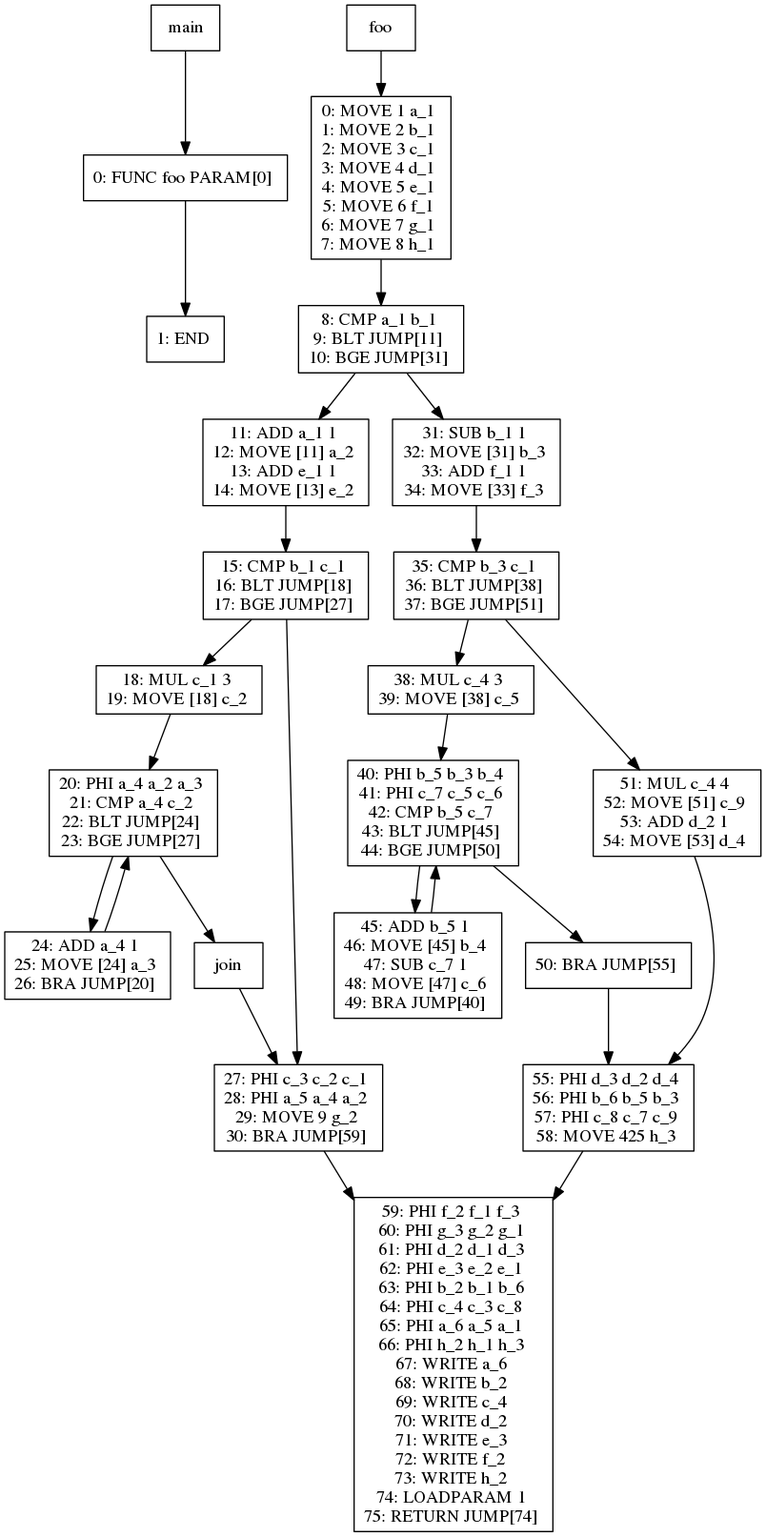
Before: viz/test013.dot.png, a diagram exported from Graphviz (jiahanwang/PL241-Compiler). Its source is kept beside it as viz/test013.dot.
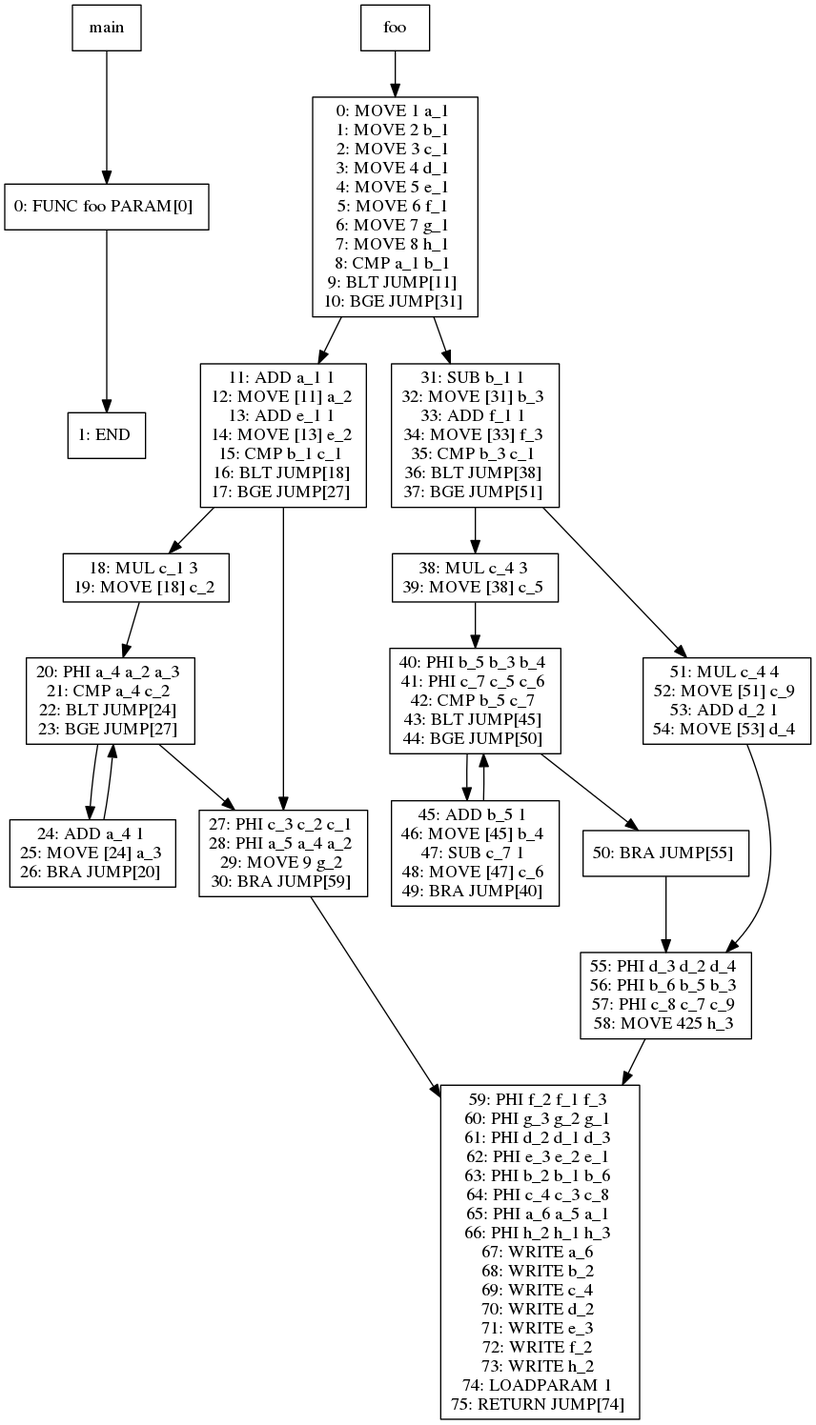
The same diagram one commit later.

Diff of the diagram source:
```diff
@@ -17,24 +17,20 @@
 5: MOVE 6 f_1
 6: MOVE 7 g_1
 7: MOVE 8 h_1
-"]
-4 -> 12
-12[label="8: CMP a_1 b_1
+8: CMP a_1 b_1
 9: BLT JUMP[11]
 10: BGE JUMP[31]
 "]
-12 -> 14
+4 -> 14
 14[label="11: ADD a_1 1
 12: MOVE [11] a_2
 13: ADD e_1 1
 14: MOVE [13] e_2
-"]
-14 -> 16
-16[label="15: CMP b_1 c_1
+15: CMP b_1 c_1
 16: BLT JUMP[18]
 17: BGE JUMP[27]
 "]
-16 -> 18
+14 -> 18
 18[label="18: MUL c_1 3
 19: MOVE [18] c_2
 "]
@@ -50,9 +46,7 @@
 26: BRA JUMP[20]
 "]
 21 -> 19
-19 -> 20
-20[label="join"]
-20 -> 17
+19 -> 17
 17[label="27: PHI c_3 c_2 c_1
 28: PHI a_5 a_4 a_2
 29: MOVE 9 g_2
@@ -77,19 +71,17 @@
 74: LOADPARAM 1
 75: RETURN JUMP[74]
 "]
-16 -> 17
-12 -> 23
+14 -> 17
+4 -> 23
 23[label="31: SUB b_1 1
 32: MOVE [31] b_3
 33: ADD f_1 1
 34: MOVE [33] f_3
-"]
-23 -> 25
-25[label="35: CMP b_3 c_1
+35: CMP b_3 c_1
 36: BLT JUMP[38]
 37: BGE JUMP[51]
 "]
-25 -> 27
+23 -> 27
 27[label="38: MUL c_4 3
 39: MOVE [38] c_5
 "]
@@ -118,7 +110,7 @@
 58: MOVE 425 h_3
 "]
 26 -> 13
-25 -> 32
+23 -> 32
 32[label="51: MUL c_4 4
 52: MOVE [51] c_9
 53: ADD d_2 1
```
